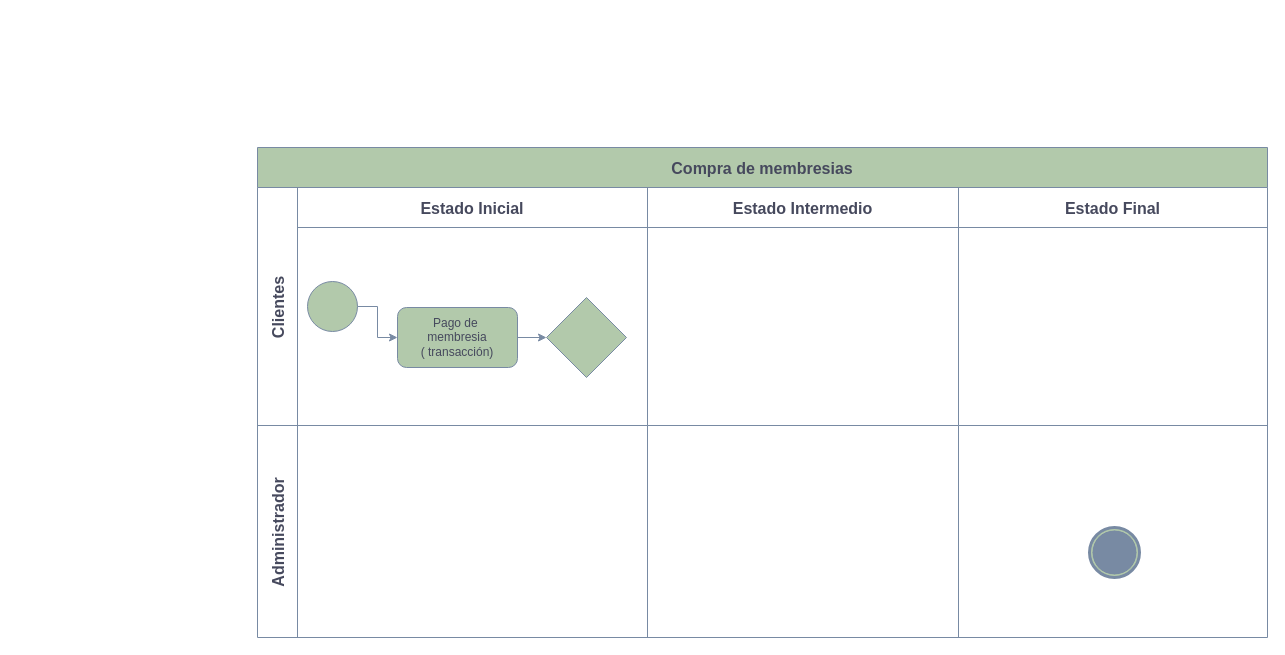
Above: 1.Planear/MAKUMBASPORTS.drawio in Ale-pool/MAKUMBASPORTS (draw.io), before the change. Source tidied: cells renumbered, new cells numbered last; positions are measured from the earlier drawing's top-left corner, leaving out a move shared by most shapes. Both pictures are drawn from the tidied source at 100%, with x=0, y=0 at pixel (257, 147).
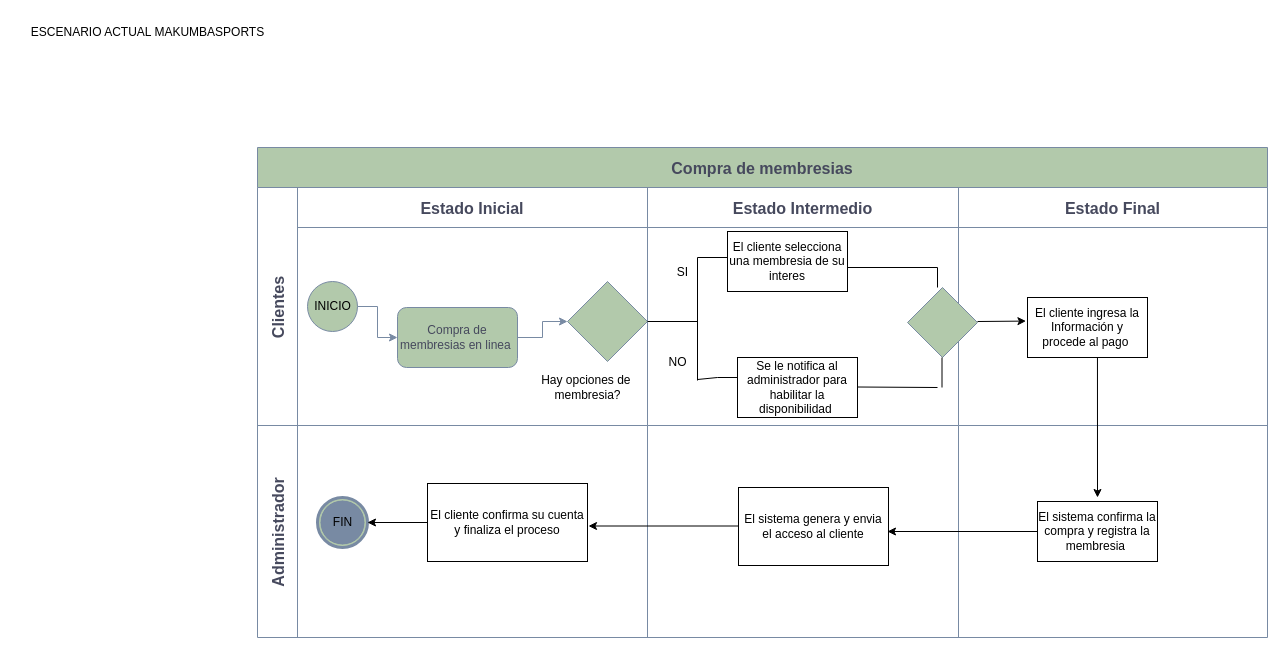
Above is the later version.

Commit message (it also covers changes not shown here):
Actualización del draw.io

Unchanged cells that the change refers to:
```xml
<mxCell id="4" value="Estado Inicial" style="swimlane;swimlaneHead=0;swimlaneBody=0;fontStyle=1;fillColor=none;startSize=40;fontSize=16;labelBackgroundColor=none;strokeColor=#788AA3;fontColor=#46495D;" parent="3" vertex="1">
  <mxGeometry x="40" width="350" height="238" as="geometry" />
</mxCell>
<mxCell id="10" value="Estado Intermedio" style="swimlane;swimlaneHead=0;swimlaneBody=0;fontStyle=1;fillColor=none;startSize=40;fontSize=16;labelBackgroundColor=none;strokeColor=#788AA3;fontColor=#46495D;" parent="3" vertex="1">
  <mxGeometry x="390" width="311" height="238" as="geometry" />
</mxCell>
<mxCell id="11" value="Estado Final" style="swimlane;swimlaneHead=0;swimlaneBody=0;fontStyle=1;fillColor=none;startSize=40;fontSize=16;labelBackgroundColor=none;strokeColor=#788AA3;fontColor=#46495D;" parent="3" vertex="1">
  <mxGeometry x="701" width="309" height="238" as="geometry" />
</mxCell>
<mxCell id="13" style="swimlane;swimlaneHead=0;swimlaneBody=0;fontStyle=1;fillColor=none;startSize=0;fontSize=16;labelBackgroundColor=none;strokeColor=#788AA3;fontColor=#46495D;" parent="12" vertex="1">
  <mxGeometry x="40" width="350" height="212" as="geometry" />
</mxCell>
<mxCell id="14" style="swimlane;swimlaneHead=0;swimlaneBody=0;fontStyle=1;fillColor=none;startSize=0;fontSize=16;labelBackgroundColor=none;strokeColor=#788AA3;fontColor=#46495D;" parent="12" vertex="1">
  <mxGeometry x="390" width="311" height="212" as="geometry" />
</mxCell>
<mxCell id="15" style="swimlane;swimlaneHead=0;swimlaneBody=0;fontStyle=1;fillColor=none;startSize=0;fontSize=16;labelBackgroundColor=none;strokeColor=#788AA3;fontColor=#46495D;" parent="12" vertex="1">
  <mxGeometry x="701" width="309" height="212" as="geometry" />
</mxCell>
```

Change to the diagram source:
```diff
@@
+    <mxCell id="17" value="ESCENARIO ACTUAL MAKUMBASPORTS" style="text;html=1;align=center;verticalAlign=middle;strokeColor=none;fillColor=none;" parent="1" vertex="1">
+      <mxGeometry x="-240" y="-130" width="260" height="30" as="geometry" />
+    </mxCell>
@@
-    <mxCell id="8" value="Pago de&amp;nbsp;&lt;div&gt;membresia&lt;/div&gt;&lt;div&gt;( transacción)&lt;/div&gt;" style="rounded=1;whiteSpace=wrap;html=1;strokeColor=#788AA3;fontColor=#46495D;fillColor=#B2C9AB;" parent="4" vertex="1">
+    <mxCell id="8" value="Compra de membresias en linea&amp;nbsp;" style="rounded=1;whiteSpace=wrap;html=1;strokeColor=#788AA3;fontColor=#46495D;fillColor=#B2C9AB;" parent="4" vertex="1">
       <mxGeometry x="100" y="120" width="120" height="60" as="geometry" />
     </mxCell>
     <mxCell id="9" style="rhombus;whiteSpace=wrap;html=1;strokeColor=#788AA3;fontColor=#46495D;fillColor=#B2C9AB;" parent="4" vertex="1">
-      <mxGeometry x="249" y="110" width="80" height="80" as="geometry" />
+      <mxGeometry x="270" y="94" width="80" height="80" as="geometry" />
     </mxCell>
+    <mxCell id="18" value="INICIO" style="text;html=1;align=center;verticalAlign=middle;strokeColor=none;fillColor=none;" parent="4" vertex="1">
+      <mxGeometry x="5" y="104" width="60" height="30" as="geometry" />
+    </mxCell>
+    <mxCell id="19" value="Hay opciones de&amp;nbsp;&lt;div&gt;membresia?&lt;/div&gt;" style="text;html=1;align=center;verticalAlign=middle;strokeColor=none;fillColor=none;" parent="4" vertex="1">
+      <mxGeometry x="230" y="180" width="120" height="40" as="geometry" />
+    </mxCell>
@@
+    <mxCell id="20" style="endArrow=none;html=1;rounded=0;" parent="10" edge="1">
+      <mxGeometry relative="1" as="geometry">
+        <mxPoint y="134" as="sourcePoint" />
+        <mxPoint x="50" y="134" as="targetPoint" />
+      </mxGeometry>
+    </mxCell>
+    <mxCell id="21" style="endArrow=none;html=1;rounded=0;" parent="10" edge="1">
+      <mxGeometry relative="1" as="geometry">
+        <mxPoint x="50" y="133" as="sourcePoint" />
+        <mxPoint x="50" y="70" as="targetPoint" />
+      </mxGeometry>
+    </mxCell>
+    <mxCell id="22" style="endArrow=none;html=1;rounded=0;" parent="10" edge="1">
+      <mxGeometry relative="1" as="geometry">
+        <mxPoint x="50" y="193" as="sourcePoint" />
+        <mxPoint x="50" y="130" as="targetPoint" />
+      </mxGeometry>
+    </mxCell>
+    <mxCell id="23" value="SI" style="text;html=1;align=center;verticalAlign=middle;strokeColor=none;fillColor=none;" parent="10" vertex="1">
+      <mxGeometry x="20" y="70" width="30" height="30" as="geometry" />
+    </mxCell>
+    <mxCell id="24" value="NO" style="text;html=1;align=center;verticalAlign=middle;strokeColor=none;fillColor=none;" parent="10" vertex="1">
+      <mxGeometry x="10" y="160" width="40" height="30" as="geometry" />
+    </mxCell>
+    <mxCell id="25" value="El cliente selecciona una membresia de su interes" style="rounded=0;whiteSpace=wrap;html=1;" parent="10" vertex="1">
+      <mxGeometry x="80" y="44" width="120" height="60" as="geometry" />
+    </mxCell>
+    <mxCell id="26" value="Se le notifica al administrador para habilitar la disponibilidad&amp;nbsp;" style="rounded=0;whiteSpace=wrap;html=1;" parent="10" vertex="1">
+      <mxGeometry x="90" y="170" width="120" height="60" as="geometry" />
+    </mxCell>
+    <mxCell id="27" style="endArrow=none;html=1;rounded=0;" parent="10" edge="1">
+      <mxGeometry relative="1" as="geometry">
+        <mxPoint x="50" y="70" as="sourcePoint" />
+        <mxPoint x="80" y="70" as="targetPoint" />
+      </mxGeometry>
+    </mxCell>
+    <mxCell id="28" style="endArrow=none;html=1;rounded=0;" parent="10" edge="1">
+      <mxGeometry relative="1" as="geometry">
+        <mxPoint x="50" y="192" as="sourcePoint" />
+        <mxPoint x="90" y="190" as="targetPoint" />
+        <Array as="points">
+          <mxPoint x="70" y="190" />
+        </Array>
+      </mxGeometry>
+    </mxCell>
+    <mxCell id="29" style="rhombus;whiteSpace=wrap;html=1;strokeColor=#788AA3;fontColor=#46495D;fillColor=#B2C9AB;" parent="10" vertex="1">
+      <mxGeometry x="260" y="100" width="70" height="70" as="geometry" />
+    </mxCell>
+    <mxCell id="30" style="endArrow=none;html=1;rounded=0;" parent="10" edge="1">
+      <mxGeometry relative="1" as="geometry">
+        <mxPoint x="200" y="80" as="sourcePoint" />
+        <mxPoint x="290" y="80" as="targetPoint" />
+      </mxGeometry>
+    </mxCell>
+    <mxCell id="31" style="endArrow=none;html=1;rounded=0;" parent="10" edge="1">
+      <mxGeometry relative="1" as="geometry">
+        <mxPoint x="210" y="199.5" as="sourcePoint" />
+        <mxPoint x="290" y="200" as="targetPoint" />
+      </mxGeometry>
+    </mxCell>
+    <mxCell id="32" style="endArrow=none;html=1;rounded=0;" parent="10" edge="1">
+      <mxGeometry relative="1" as="geometry">
+        <mxPoint x="290" y="100" as="sourcePoint" />
+        <mxPoint x="290" y="80" as="targetPoint" />
+      </mxGeometry>
+    </mxCell>
+    <mxCell id="33" style="endArrow=none;html=1;rounded=0;" parent="10" edge="1">
+      <mxGeometry relative="1" as="geometry">
+        <mxPoint x="294.5" y="200" as="sourcePoint" />
+        <mxPoint x="294.5" y="170" as="targetPoint" />
+      </mxGeometry>
+    </mxCell>
@@
+    <mxCell id="34" style="endArrow=classic;html=1;rounded=0;entryX=-0.013;entryY=0.393;entryDx=0;entryDy=0;entryPerimeter=0;" parent="11" edge="1" target="35">
+      <mxGeometry relative="1" as="geometry">
+        <mxPoint x="19" y="134" as="sourcePoint" />
+      </mxGeometry>
+    </mxCell>
+    <mxCell id="35" value="El cliente ingresa la Información y procede al pago&amp;nbsp;" style="rounded=0;whiteSpace=wrap;html=1;" parent="11" vertex="1">
+      <mxGeometry x="69" y="110" width="120" height="60" as="geometry" />
+    </mxCell>
+    <mxCell id="36" style="endArrow=classic;html=1;rounded=0;exitX=0.583;exitY=1;exitDx=0;exitDy=0;exitPerimeter=0;" parent="11" edge="1" source="35">
+      <mxGeometry relative="1" as="geometry">
+        <mxPoint x="139" y="310" as="targetPoint" />
+      </mxGeometry>
+    </mxCell>
@@
+    <mxCell id="16" style="points=[[0.145,0.145,0],[0.5,0,0],[0.855,0.145,0],[1,0.5,0],[0.855,0.855,0],[0.5,1,0],[0.145,0.855,0],[0,0.5,0]];shape=mxgraph.bpmn.event;html=1;verticalLabelPosition=bottom;labelBackgroundColor=#ffffff;verticalAlign=top;align=center;perimeter=ellipsePerimeter;outlineConnect=0;outline=end;symbol=terminate;strokeColor=#788AA3;fontColor=#46495D;fillColor=#B2C9AB;" parent="13" vertex="1">
+      <mxGeometry x="20" y="72" width="50" height="50" as="geometry" />
+    </mxCell>
+    <mxCell id="37" value="El cliente confirma su cuenta y finaliza el proceso" style="rounded=0;whiteSpace=wrap;html=1;" parent="13" vertex="1">
+      <mxGeometry x="130" y="58" width="160" height="78" as="geometry" />
+    </mxCell>
+    <mxCell id="38" value="FIN" style="text;html=1;align=center;verticalAlign=middle;strokeColor=none;fillColor=none;" parent="13" vertex="1">
+      <mxGeometry x="25" y="82" width="40" height="30" as="geometry" />
+    </mxCell>
+    <mxCell id="39" style="endArrow=classic;html=1;rounded=0;exitX=0;exitY=0.5;exitDx=0;exitDy=0;entryX=1;entryY=0.5;entryDx=0;entryDy=0;entryPerimeter=0;" parent="13" edge="1" source="37" target="16">
+      <mxGeometry relative="1" as="geometry" />
+    </mxCell>
@@
+    <mxCell id="40" style="endArrow=classic;html=1;rounded=0;exitX=0;exitY=0.5;exitDx=0;exitDy=0;" parent="14" edge="1" source="43">
+      <mxGeometry relative="1" as="geometry">
+        <mxPoint x="240" y="106" as="targetPoint" />
+      </mxGeometry>
+    </mxCell>
+    <mxCell id="41" value="El sistema genera y envia el acceso al cliente" style="rounded=0;whiteSpace=wrap;html=1;" parent="14" vertex="1">
+      <mxGeometry x="91" y="62" width="150" height="78" as="geometry" />
+    </mxCell>
+    <mxCell id="42" style="endArrow=classic;html=1;rounded=0;exitX=0;exitY=0.5;exitDx=0;exitDy=0;" parent="14" edge="1">
+      <mxGeometry relative="1" as="geometry">
+        <mxPoint x="91" y="100.5" as="sourcePoint" />
+        <mxPoint x="-59" y="100.5" as="targetPoint" />
+      </mxGeometry>
+    </mxCell>
@@
-    <mxCell id="16" style="points=[[0.145,0.145,0],[0.5,0,0],[0.855,0.145,0],[1,0.5,0],[0.855,0.855,0],[0.5,1,0],[0.145,0.855,0],[0,0.5,0]];shape=mxgraph.bpmn.event;html=1;verticalLabelPosition=bottom;labelBackgroundColor=#ffffff;verticalAlign=top;align=center;perimeter=ellipsePerimeter;outlineConnect=0;outline=end;symbol=terminate;strokeColor=#788AA3;fontColor=#46495D;fillColor=#B2C9AB;" parent="15" vertex="1">
-      <mxGeometry x="131" y="102" width="50" height="50" as="geometry" />
-    </mxCell>
+    <mxCell id="43" value="El sistema confirma la compra y registra la membresia&amp;nbsp;" style="rounded=0;whiteSpace=wrap;html=1;" parent="15" vertex="1">
+      <mxGeometry x="79" y="76" width="120" height="60" as="geometry" />
+    </mxCell>
```
